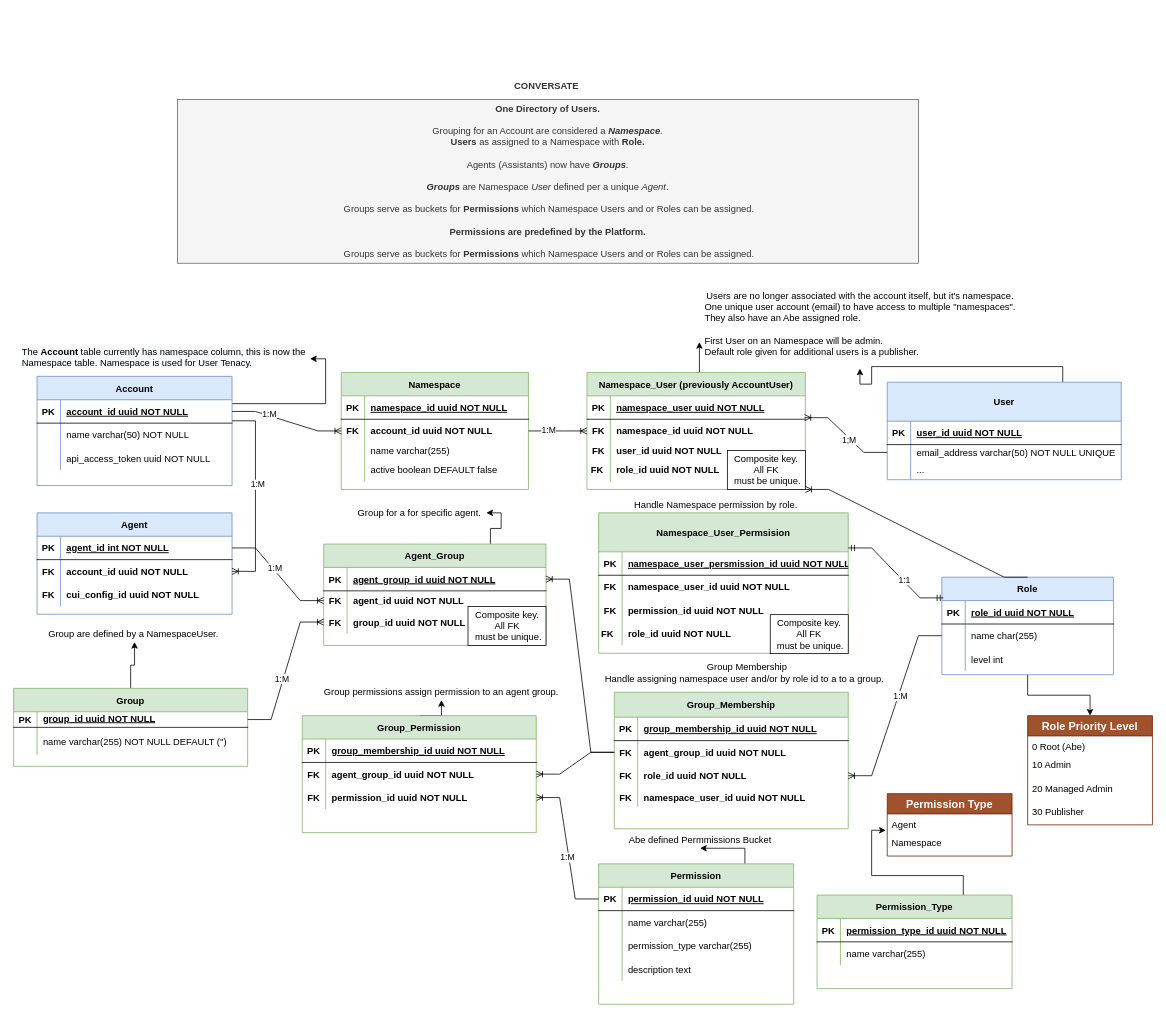
Earlier version of the draw.io diagram page "Diagram" (1 of 3) of Untitled Diagram.drawio (toyabeai/diagrams). Source tidied: cells renumbered, new cells numbered last; positions are measured from the earlier drawing's top-left corner, leaving out a move shared by most shapes. Both pictures are drawn from the tidied source at 78%, with x=0, y=0 at pixel (13, 99).
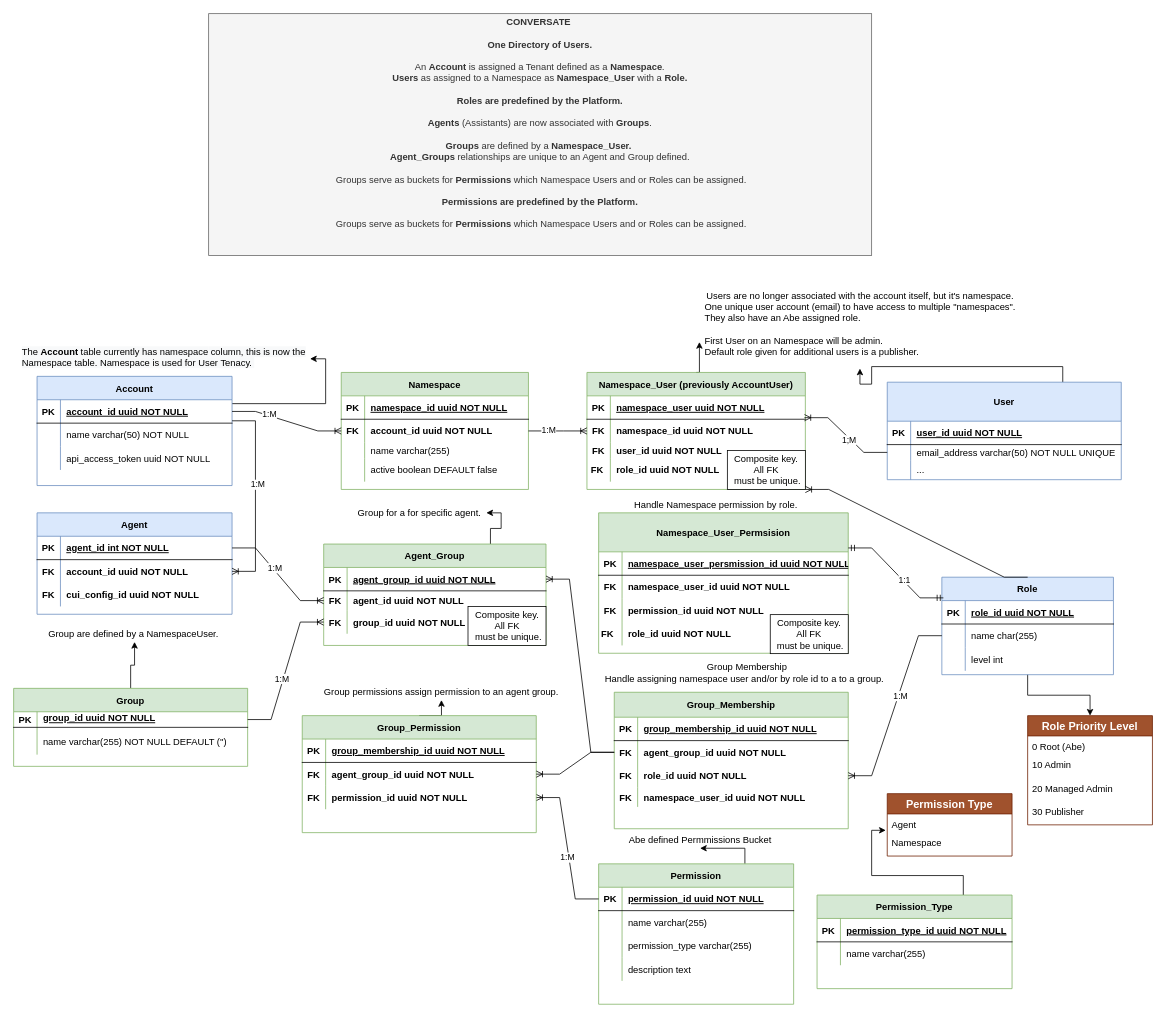
The same diagram, later.

Change to the diagram source:
```diff
@@
-    <mxCell id="98" value="&lt;b&gt;CONVERSATE&amp;nbsp;&lt;br&gt;&lt;br&gt;One Directory of Users.&lt;/b&gt;&lt;br&gt;&lt;br&gt;Grouping for an Account are considered a &lt;b style=&quot;font-style: italic&quot;&gt;Namespace&lt;/b&gt;&lt;i&gt;.&lt;/i&gt;&lt;br&gt;&lt;b&gt;Users &lt;/b&gt;as assigned to a Namespace with &lt;b&gt;Role.&lt;/b&gt;&lt;br&gt;&lt;br&gt;Agents (Assistants) now have &lt;i&gt;&lt;b&gt;Groups&lt;/b&gt;&lt;/i&gt;.&lt;br&gt;&lt;br&gt;&lt;i&gt;&lt;b&gt;Groups&lt;/b&gt;&lt;/i&gt;&amp;nbsp;are Namespace&amp;nbsp;&lt;i&gt;User&lt;/i&gt; defined per a unique&amp;nbsp;&lt;i&gt;Agent&lt;/i&gt;.&lt;br&gt;&lt;br&gt;&amp;nbsp;Groups serve as buckets for&amp;nbsp;&lt;b&gt;Permissions&lt;/b&gt;&amp;nbsp;which Namespace Users and or Roles can be assigned.&lt;br&gt;&lt;br&gt;&lt;b&gt;Permissions are predefined by the Platform.&lt;/b&gt;&lt;br&gt;&lt;br&gt;&amp;nbsp;Groups serve as buckets for &lt;b&gt;Permissions&lt;/b&gt; which Namespace Users and or Roles can be assigned.&lt;br&gt;&lt;br&gt;&lt;span style=&quot;color: rgb(0 , 0 , 0)&quot;&gt;&lt;br&gt;&lt;/span&gt;" style="whiteSpace=wrap;html=1;fillColor=#f5f5f5;strokeColor=#666666;fontColor=#333333;" parent="1" vertex="1">
-      <mxGeometry x="210" width="950" height="210" as="geometry" />
+    <mxCell id="98" value="&lt;b&gt;CONVERSATE&amp;nbsp;&lt;br&gt;&lt;br&gt;One Directory of Users.&lt;/b&gt;&lt;br&gt;&lt;br&gt;An &lt;b&gt;Account&lt;/b&gt;&amp;nbsp;is assigned a Tenant defined as a &lt;b&gt;Namespace&lt;/b&gt;&lt;i&gt;.&lt;/i&gt;&lt;br&gt;&lt;b&gt;Users &lt;/b&gt;as assigned to a Namespace as &lt;b&gt;Namespace_User&lt;/b&gt;&amp;nbsp;with a&amp;nbsp;&lt;b&gt;Role.&lt;br&gt;&lt;br&gt;&lt;/b&gt;&lt;b&gt;Roles are predefined by the Platform.&lt;/b&gt;&lt;br&gt;&lt;br&gt;&lt;b&gt;Agents&lt;/b&gt; (Assistants) are now associated with&amp;nbsp;&lt;b&gt;Groups&lt;/b&gt;.&lt;br&gt;&lt;br&gt;&lt;b&gt;Groups&amp;nbsp;&lt;/b&gt;are defined by a&amp;nbsp;&lt;b&gt;Namespace_User.&lt;/b&gt;&lt;b&gt;&amp;nbsp;&lt;br&gt;Agent_Groups &lt;/b&gt;relationships are&amp;nbsp;unique to an Agent and Group defined.&lt;br&gt;&lt;br&gt;&amp;nbsp;Groups serve as buckets for&amp;nbsp;&lt;b&gt;Permissions&lt;/b&gt;&amp;nbsp;which Namespace Users and or Roles can be assigned.&lt;br&gt;&lt;br&gt;&lt;b&gt;Permissions are predefined by the Platform.&lt;/b&gt;&lt;br&gt;&lt;br&gt;&amp;nbsp;Groups serve as buckets for &lt;b&gt;Permissions&lt;/b&gt; which Namespace Users and or Roles can be assigned.&lt;br&gt;&lt;br&gt;&lt;span style=&quot;color: rgb(0 , 0 , 0)&quot;&gt;&lt;br&gt;&lt;/span&gt;" style="whiteSpace=wrap;html=1;fillColor=#f5f5f5;strokeColor=#666666;fontColor=#333333;" parent="1" vertex="1">
+      <mxGeometry x="250" y="-110" width="850" height="310" as="geometry" />
     </mxCell>
```
